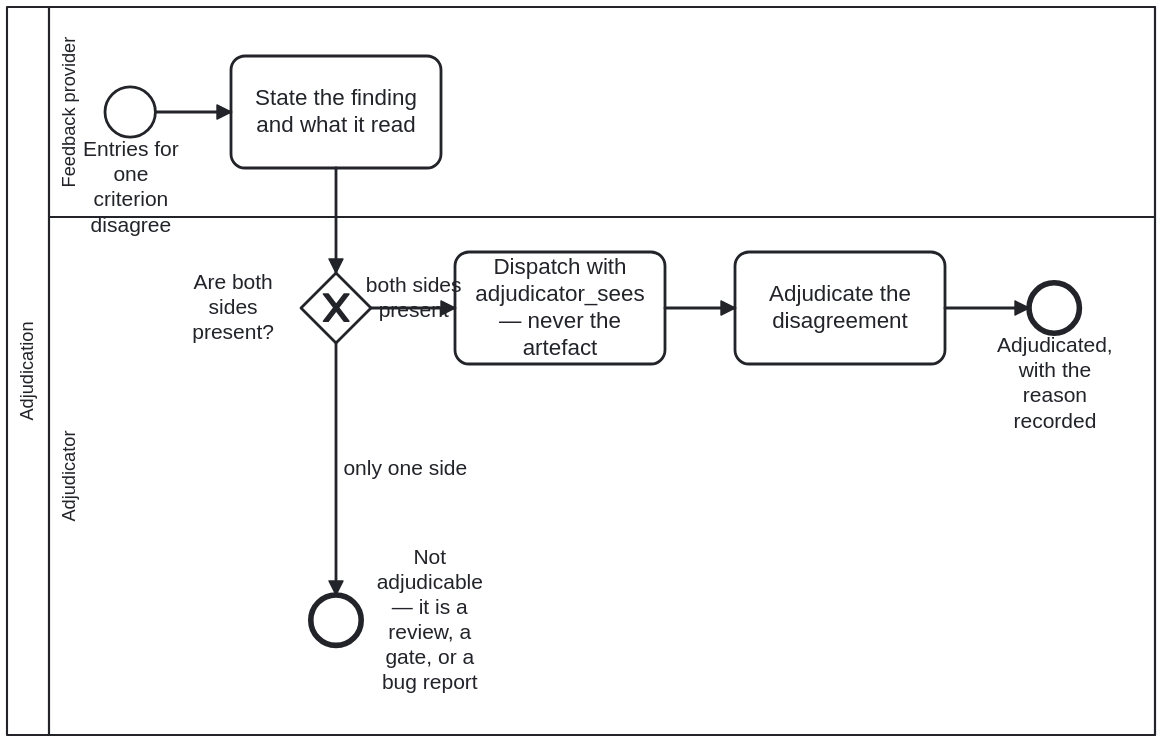
This is docs/assets/img/workflows/adjudication.svg from litlfred/cat-harness, a BPMN export, as it was before one commit. Its source is kept beside it as processes/sdlc/adjudication.bpmn. Ids are renumbered.
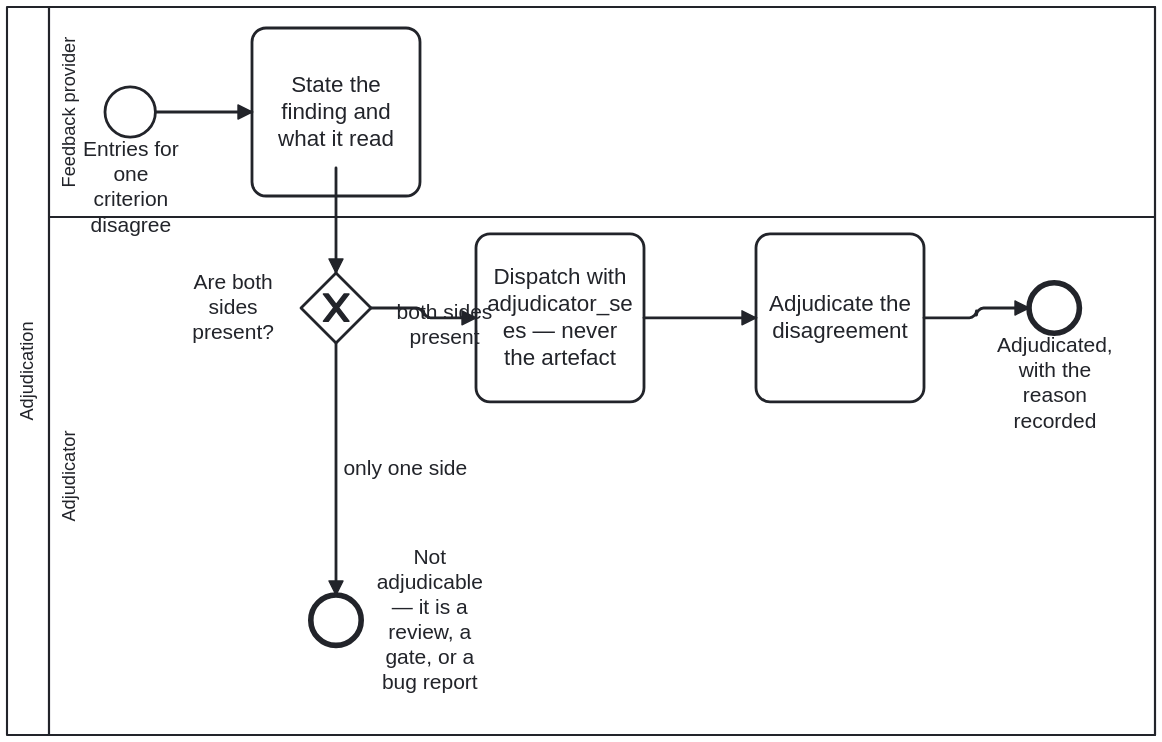
After the commit.

Diff of the diagram source:
```diff
@@ -145,54 +145,58 @@
   <bpmndi:BPMNDiagram id="BPMNDiagram_Adjudication">
     <bpmndi:BPMNPlane id="BPMNPlane_Adjudication" bpmnElement="Collab_Adjudication">
       <bpmndi:BPMNShape id="Shape_Participant_Adjudication" bpmnElement="Participant_Adjudication" isHorizontal="true">
-        <dc:Bounds x="160" y="60" width="820" height="520"/>
+        <dc:Bounds x="160" y="60" width="820" height="520" />
       </bpmndi:BPMNShape>
       <bpmndi:BPMNShape id="Shape_Lane_FeedbackProvider" bpmnElement="Lane_FeedbackProvider" isHorizontal="true">
-        <dc:Bounds x="190" y="60" width="790" height="150"/>
+        <dc:Bounds x="190" y="60" width="790" height="150" />
       </bpmndi:BPMNShape>
       <bpmndi:BPMNShape id="Shape_Lane_Adjudicator" bpmnElement="Lane_Adjudicator" isHorizontal="true">
-        <dc:Bounds x="190" y="210" width="790" height="370"/>
+        <dc:Bounds x="190" y="210" width="790" height="370" />
       </bpmndi:BPMNShape>
 
       <bpmndi:BPMNShape id="Shape_Start_Disagreement" bpmnElement="Start_Disagreement">
-        <dc:Bounds x="230" y="117" width="36" height="36"/>
+        <dc:Bounds x="230" y="117" width="36" height="36" />
       </bpmndi:BPMNShape>
       <bpmndi:BPMNShape id="Shape_A_StateFinding" bpmnElement="A_StateFinding">
-        <dc:Bounds x="320" y="95" width="150" height="80"/>
+        <dc:Bounds x="335" y="75" width="120" height="120" />
       </bpmndi:BPMNShape>
       <bpmndi:BPMNShape id="Shape_GW_Adjudicable" bpmnElement="GW_Adjudicable" isMarkerVisible="true">
-        <dc:Bounds x="370" y="250" width="50" height="50"/>
-        <bpmndi:BPMNLabel><dc:Bounds x="276" y="248" width="90" height="54" /></bpmndi:BPMNLabel>
-      </bpmndi:BPMNShape>
+        <dc:Bounds x="370" y="250" width="50" height="50" />
+
+      <bpmndi:BPMNLabel><dc:Bounds x="276" y="248" width="90" height="54" /></bpmndi:BPMNLabel></bpmndi:BPMNShape>
       <bpmndi:BPMNShape id="Shape_End_NotAdjudicable" bpmnElement="End_NotAdjudicable">
-        <dc:Bounds x="377" y="480" width="36" height="36"/>
-        <bpmndi:BPMNLabel><dc:Bounds x="417" y="444" width="90" height="108" /></bpmndi:BPMNLabel>
-      </bpmndi:BPMNShape>
+        <dc:Bounds x="377" y="480" width="36" height="36" />
+
+      <bpmndi:BPMNLabel><dc:Bounds x="417" y="444" width="90" height="108" /></bpmndi:BPMNLabel></bpmndi:BPMNShape>
       <bpmndi:BPMNShape id="Shape_A_Dispatch" bpmnElement="A_Dispatch">
-        <dc:Bounds x="480" y="235" width="150" height="80"/>
+        <dc:Bounds x="495" y="222" width="120" height="120" />
       </bpmndi:BPMNShape>
       <bpmndi:BPMNShape id="Shape_A_Adjudicate" bpmnElement="A_Adjudicate">
-        <dc:Bounds x="680" y="235" width="150" height="80"/>
+        <dc:Bounds x="695" y="222" width="120" height="120" />
       </bpmndi:BPMNShape>
       <bpmndi:BPMNShape id="Shape_End_Adjudicated" bpmnElement="End_Adjudicated">
-        <dc:Bounds x="890" y="257" width="36" height="36"/>
+        <dc:Bounds x="890" y="257" width="36" height="36" />
       </bpmndi:BPMNShape>
       <bpmndi:BPMNEdge id="Edge_F_4" bpmnElement="F_4">
-        <di:waypoint x="830" y="275"/>
-        <di:waypoint x="890" y="275"/>
+        <di:waypoint x="815" y="282" />
+        <di:waypoint x="852.5" y="282" />
+        <di:waypoint x="852.5" y="275" />
+        <di:waypoint x="890" y="275" />
       </bpmndi:BPMNEdge>
 
       <bpmndi:BPMNEdge id="Edge_F_1" bpmnElement="F_1">
-        <di:waypoint x="266" y="135"/>
-        <di:waypoint x="320" y="135"/>
+        <di:waypoint x="266" y="135" />
+        <di:waypoint x="335" y="135" />
       </bpmndi:BPMNEdge>
       <bpmndi:BPMNEdge id="Edge_F_2" bpmnElement="F_2">
-        <di:waypoint x="395" y="175"/>
-        <di:waypoint x="395" y="250"/>
+        <di:waypoint x="395" y="175" />
+        <di:waypoint x="395" y="250" />
       </bpmndi:BPMNEdge>
       <bpmndi:BPMNEdge id="Edge_F_Adjudicable" bpmnElement="F_Adjudicable">
-        <di:waypoint x="420" y="275"/>
-        <di:waypoint x="480" y="275"/>
+        <di:waypoint x="420" y="275" />
+        <di:waypoint x="457.5" y="275" />
+        <di:waypoint x="457.5" y="282" />
+        <di:waypoint x="495" y="282" />
       </bpmndi:BPMNEdge>
       <bpmndi:BPMNEdge id="Edge_F_NotAdjudicable" bpmnElement="F_NotAdjudicable">
         <di:waypoint x="395" y="300"/>
@@ -200,8 +204,8 @@
         <bpmndi:BPMNLabel><dc:Bounds x="399" y="381" width="90" height="18" /></bpmndi:BPMNLabel>
       </bpmndi:BPMNEdge>
       <bpmndi:BPMNEdge id="Edge_F_3" bpmnElement="F_3">
-        <di:waypoint x="630" y="275"/>
-        <di:waypoint x="680" y="275"/>
+        <di:waypoint x="615" y="282" />
+        <di:waypoint x="695" y="282" />
       </bpmndi:BPMNEdge>
     </bpmndi:BPMNPlane>
   </bpmndi:BPMNDiagram>
```
